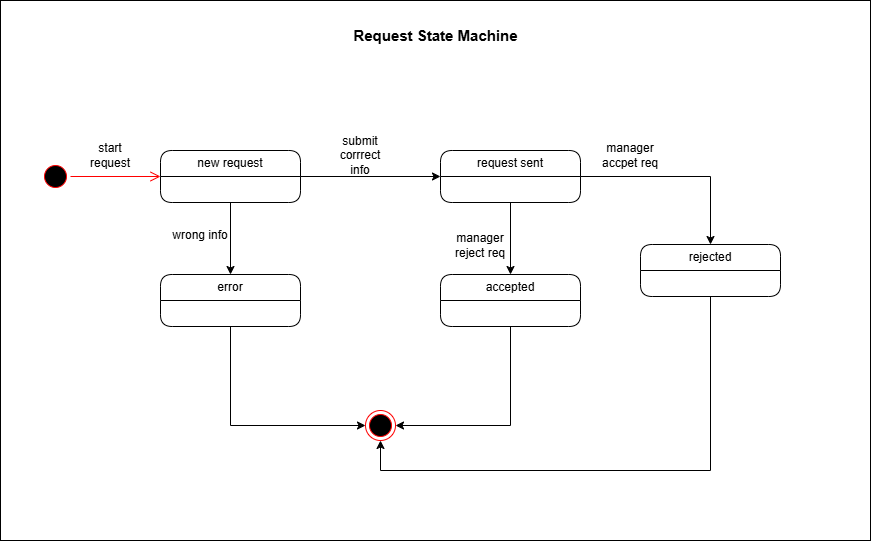
Above: task2/requestStateMachine.drawio.png in zieadkh/Mentorship (draw.io), before the change. Source tidied: cells renumbered, new cells last; positions are measured from the earlier drawing's top-left corner, leaving out a move shared by most shapes. The source it was exported from:
```xml
<mxGraphModel>
  <root>
    <mxCell id="0" />
    <mxCell id="1" parent="0" />
    <mxCell id="2" style="rounded=0;whiteSpace=wrap;html=1;" parent="1" vertex="1">
      <mxGeometry width="870" height="540" as="geometry" />
    </mxCell>
    <mxCell id="3" style="edgeStyle=orthogonalEdgeStyle;rounded=0;jettySize=auto;html=1;exitX=0.5;exitY=1;exitDx=0;exitDy=0;" parent="1" edge="1" source="4" target="17">
      <mxGeometry relative="1" as="geometry">
        <Array as="points">
          <mxPoint x="710" y="470" />
          <mxPoint x="380" y="470" />
        </Array>
      </mxGeometry>
    </mxCell>
    <mxCell id="4" value="rejected" style="swimlane;fontStyle=0;horizontal=1;startSize=26;fillColor=none;whiteSpace=wrap;html=1;rounded=1;" parent="1" vertex="1">
      <mxGeometry x="640" y="244" width="140" height="52" as="geometry" />
    </mxCell>
    <mxCell id="5" style="edgeStyle=orthogonalEdgeStyle;rounded=0;jettySize=auto;html=1;exitX=0.5;exitY=1;exitDx=0;exitDy=0;entryX=0.5;entryY=0;entryDx=0;entryDy=0;" parent="1" edge="1" source="7" target="12">
      <mxGeometry relative="1" as="geometry" />
    </mxCell>
    <mxCell id="6" style="edgeStyle=orthogonalEdgeStyle;rounded=0;jettySize=auto;html=1;exitX=1;exitY=0.5;exitDx=0;exitDy=0;" parent="1" edge="1" source="7" target="4">
      <mxGeometry relative="1" as="geometry" />
    </mxCell>
    <mxCell id="7" value="request sent" style="swimlane;fontStyle=0;horizontal=1;startSize=26;fillColor=none;whiteSpace=wrap;html=1;rounded=1;" parent="1" vertex="1">
      <mxGeometry x="440" y="150" width="140" height="52" as="geometry" />
    </mxCell>
    <mxCell id="8" style="edgeStyle=orthogonalEdgeStyle;rounded=0;jettySize=auto;html=1;exitX=1;exitY=0.5;exitDx=0;exitDy=0;entryX=0;entryY=0.5;entryDx=0;entryDy=0;" parent="1" edge="1" source="10" target="7">
      <mxGeometry relative="1" as="geometry" />
    </mxCell>
    <mxCell id="9" style="edgeStyle=orthogonalEdgeStyle;rounded=0;jettySize=auto;html=1;exitX=0.5;exitY=1;exitDx=0;exitDy=0;entryX=0.5;entryY=0;entryDx=0;entryDy=0;" parent="1" edge="1" source="10" target="14">
      <mxGeometry relative="1" as="geometry" />
    </mxCell>
    <mxCell id="10" value="new request" style="swimlane;fontStyle=0;horizontal=1;startSize=26;fillColor=none;whiteSpace=wrap;html=1;rounded=1;" parent="1" vertex="1">
      <mxGeometry x="160" y="150" width="140" height="52" as="geometry" />
    </mxCell>
    <mxCell id="11" style="edgeStyle=orthogonalEdgeStyle;rounded=0;jettySize=auto;html=1;exitX=0.5;exitY=1;exitDx=0;exitDy=0;entryX=1;entryY=0.5;entryDx=0;entryDy=0;" parent="1" edge="1" source="12" target="17">
      <mxGeometry relative="1" as="geometry" />
    </mxCell>
    <mxCell id="12" value="accepted" style="swimlane;fontStyle=0;horizontal=1;startSize=26;fillColor=none;whiteSpace=wrap;html=1;rounded=1;" parent="1" vertex="1">
      <mxGeometry x="440" y="274" width="140" height="52" as="geometry" />
    </mxCell>
    <mxCell id="13" style="edgeStyle=orthogonalEdgeStyle;rounded=0;jettySize=auto;html=1;exitX=0.5;exitY=1;exitDx=0;exitDy=0;entryX=0;entryY=0.5;entryDx=0;entryDy=0;" parent="1" edge="1" source="14" target="17">
      <mxGeometry relative="1" as="geometry" />
    </mxCell>
    <mxCell id="14" value="error" style="swimlane;fontStyle=0;horizontal=1;startSize=26;fillColor=none;whiteSpace=wrap;html=1;rounded=1;" parent="1" vertex="1">
      <mxGeometry x="160" y="274" width="140" height="52" as="geometry" />
    </mxCell>
    <mxCell id="15" style="ellipse;html=1;shape=startState;fillColor=#000000;strokeColor=#ff0000;" parent="1" vertex="1">
      <mxGeometry x="40" y="161" width="30" height="30" as="geometry" />
    </mxCell>
    <mxCell id="16" style="edgeStyle=orthogonalEdgeStyle;html=1;verticalAlign=bottom;endArrow=open;endSize=8;strokeColor=#ff0000;rounded=0;entryX=0;entryY=0.5;entryDx=0;entryDy=0;" parent="1" edge="1" source="15" target="10">
      <mxGeometry relative="1" as="geometry" />
    </mxCell>
    <mxCell id="17" style="ellipse;html=1;shape=endState;fillColor=#000000;strokeColor=#ff0000;" parent="1" vertex="1">
      <mxGeometry x="365" y="410" width="30" height="30" as="geometry" />
    </mxCell>
    <mxCell id="18" value="wrong info" style="text;html=1;whiteSpace=wrap;strokeColor=none;fillColor=none;align=center;verticalAlign=middle;rounded=0;" parent="1" vertex="1">
      <mxGeometry x="170" y="220" width="60" height="30" as="geometry" />
    </mxCell>
    <mxCell id="19" value="manager accpet req" style="text;html=1;whiteSpace=wrap;strokeColor=none;fillColor=none;align=center;verticalAlign=middle;rounded=0;" parent="1" vertex="1">
      <mxGeometry x="600" y="140" width="60" height="30" as="geometry" />
    </mxCell>
    <mxCell id="20" value="submit corrrect info" style="text;html=1;whiteSpace=wrap;strokeColor=none;fillColor=none;align=center;verticalAlign=middle;rounded=0;" parent="1" vertex="1">
      <mxGeometry x="330" y="140" width="60" height="30" as="geometry" />
    </mxCell>
    <mxCell id="21" value="start request" style="text;html=1;whiteSpace=wrap;strokeColor=none;fillColor=none;align=center;verticalAlign=middle;rounded=0;" parent="1" vertex="1">
      <mxGeometry x="80" y="140" width="60" height="30" as="geometry" />
    </mxCell>
    <mxCell id="22" value="manager reject req" style="text;html=1;whiteSpace=wrap;strokeColor=none;fillColor=none;align=center;verticalAlign=middle;rounded=0;" parent="1" vertex="1">
      <mxGeometry x="450" y="230" width="60" height="30" as="geometry" />
    </mxCell>
    <mxCell id="23" value="&lt;b&gt;&lt;font style=&quot;font-size: 15px;&quot;&gt;Request State Machine&lt;/font&gt;&lt;/b&gt;" style="text;html=1;whiteSpace=wrap;strokeColor=none;fillColor=none;align=center;verticalAlign=middle;rounded=0;" parent="1" vertex="1">
      <mxGeometry x="327.5" y="20" width="215" height="30" as="geometry" />
    </mxCell>
  </root>
</mxGraphModel>
```
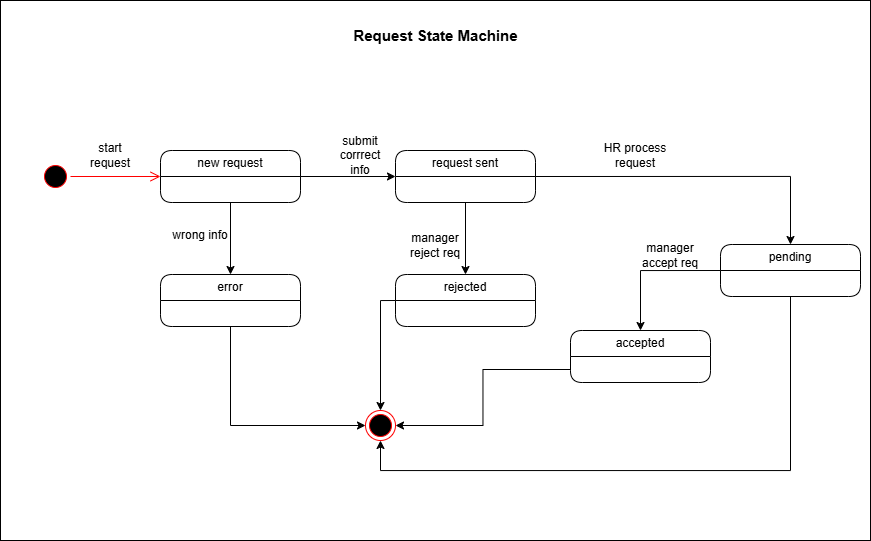
The same diagram one commit later.

The edit, as a diff of the source:
```diff
@@ -8,13 +8,16 @@
     <mxCell id="3" style="edgeStyle=orthogonalEdgeStyle;rounded=0;jettySize=auto;html=1;exitX=0.5;exitY=1;exitDx=0;exitDy=0;" parent="1" edge="1" source="4" target="17">
       <mxGeometry relative="1" as="geometry">
         <Array as="points">
-          <mxPoint x="710" y="470" />
+          <mxPoint x="790" y="470" />
           <mxPoint x="380" y="470" />
         </Array>
       </mxGeometry>
     </mxCell>
+    <mxCell id="24" style="edgeStyle=orthogonalEdgeStyle;rounded=0;jettySize=auto;html=1;exitX=0;exitY=0.5;exitDx=0;exitDy=0;" parent="1" edge="1" source="4" target="26">
+      <mxGeometry relative="1" as="geometry" />
+    </mxCell>
-    <mxCell id="4" value="rejected" style="swimlane;fontStyle=0;horizontal=1;startSize=26;fillColor=none;whiteSpace=wrap;html=1;rounded=1;" parent="1" vertex="1">
-      <mxGeometry x="640" y="244" width="140" height="52" as="geometry" />
+    <mxCell id="4" value="pending" style="swimlane;fontStyle=0;horizontal=1;startSize=26;fillColor=none;whiteSpace=wrap;html=1;rounded=1;" parent="1" vertex="1">
+      <mxGeometry x="720" y="244" width="140" height="52" as="geometry" />
     </mxCell>
     <mxCell id="5" style="edgeStyle=orthogonalEdgeStyle;rounded=0;jettySize=auto;html=1;exitX=0.5;exitY=1;exitDx=0;exitDy=0;entryX=0.5;entryY=0;entryDx=0;entryDy=0;" parent="1" edge="1" source="7" target="12">
       <mxGeometry relative="1" as="geometry" />
@@ -23,7 +26,7 @@
       <mxGeometry relative="1" as="geometry" />
     </mxCell>
     <mxCell id="7" value="request sent" style="swimlane;fontStyle=0;horizontal=1;startSize=26;fillColor=none;whiteSpace=wrap;html=1;rounded=1;" parent="1" vertex="1">
-      <mxGeometry x="440" y="150" width="140" height="52" as="geometry" />
+      <mxGeometry x="395" y="150" width="140" height="52" as="geometry" />
     </mxCell>
     <mxCell id="8" style="edgeStyle=orthogonalEdgeStyle;rounded=0;jettySize=auto;html=1;exitX=1;exitY=0.5;exitDx=0;exitDy=0;entryX=0;entryY=0.5;entryDx=0;entryDy=0;" parent="1" edge="1" source="10" target="7">
       <mxGeometry relative="1" as="geometry" />
@@ -34,11 +37,15 @@
     <mxCell id="10" value="new request" style="swimlane;fontStyle=0;horizontal=1;startSize=26;fillColor=none;whiteSpace=wrap;html=1;rounded=1;" parent="1" vertex="1">
       <mxGeometry x="160" y="150" width="140" height="52" as="geometry" />
     </mxCell>
-    <mxCell id="11" style="edgeStyle=orthogonalEdgeStyle;rounded=0;jettySize=auto;html=1;exitX=0.5;exitY=1;exitDx=0;exitDy=0;entryX=1;entryY=0.5;entryDx=0;entryDy=0;" parent="1" edge="1" source="12" target="17">
-      <mxGeometry relative="1" as="geometry" />
+    <mxCell id="11" style="edgeStyle=orthogonalEdgeStyle;rounded=0;jettySize=auto;html=1;exitX=0;exitY=0.5;exitDx=0;exitDy=0;entryX=0.5;entryY=0;entryDx=0;entryDy=0;" parent="1" edge="1" source="12" target="17">
+      <mxGeometry relative="1" as="geometry">
+        <Array as="points">
+          <mxPoint x="380" y="300" />
+        </Array>
+      </mxGeometry>
     </mxCell>
-    <mxCell id="12" value="accepted" style="swimlane;fontStyle=0;horizontal=1;startSize=26;fillColor=none;whiteSpace=wrap;html=1;rounded=1;" parent="1" vertex="1">
-      <mxGeometry x="440" y="274" width="140" height="52" as="geometry" />
+    <mxCell id="12" value="rejected" style="swimlane;fontStyle=0;horizontal=1;startSize=26;fillColor=none;whiteSpace=wrap;html=1;rounded=1;" parent="1" vertex="1">
+      <mxGeometry x="395" y="274" width="140" height="52" as="geometry" />
     </mxCell>
     <mxCell id="13" style="edgeStyle=orthogonalEdgeStyle;rounded=0;jettySize=auto;html=1;exitX=0.5;exitY=1;exitDx=0;exitDy=0;entryX=0;entryY=0.5;entryDx=0;entryDy=0;" parent="1" edge="1" source="14" target="17">
       <mxGeometry relative="1" as="geometry" />
@@ -58,8 +65,8 @@
     <mxCell id="18" value="wrong info" style="text;html=1;whiteSpace=wrap;strokeColor=none;fillColor=none;align=center;verticalAlign=middle;rounded=0;" parent="1" vertex="1">
       <mxGeometry x="170" y="220" width="60" height="30" as="geometry" />
     </mxCell>
-    <mxCell id="19" value="manager accpet req" style="text;html=1;whiteSpace=wrap;strokeColor=none;fillColor=none;align=center;verticalAlign=middle;rounded=0;" parent="1" vertex="1">
-      <mxGeometry x="600" y="140" width="60" height="30" as="geometry" />
+    <mxCell id="19" value="HR process request" style="text;html=1;whiteSpace=wrap;strokeColor=none;fillColor=none;align=center;verticalAlign=middle;rounded=0;" parent="1" vertex="1">
+      <mxGeometry x="600" y="140" width="70" height="30" as="geometry" />
     </mxCell>
     <mxCell id="20" value="submit corrrect info" style="text;html=1;whiteSpace=wrap;strokeColor=none;fillColor=none;align=center;verticalAlign=middle;rounded=0;" parent="1" vertex="1">
       <mxGeometry x="330" y="140" width="60" height="30" as="geometry" />
@@ -68,10 +75,19 @@
       <mxGeometry x="80" y="140" width="60" height="30" as="geometry" />
     </mxCell>
     <mxCell id="22" value="manager reject req" style="text;html=1;whiteSpace=wrap;strokeColor=none;fillColor=none;align=center;verticalAlign=middle;rounded=0;" parent="1" vertex="1">
-      <mxGeometry x="450" y="230" width="60" height="30" as="geometry" />
+      <mxGeometry x="405" y="230" width="60" height="30" as="geometry" />
     </mxCell>
     <mxCell id="23" value="&lt;b&gt;&lt;font style=&quot;font-size: 15px;&quot;&gt;Request State Machine&lt;/font&gt;&lt;/b&gt;" style="text;html=1;whiteSpace=wrap;strokeColor=none;fillColor=none;align=center;verticalAlign=middle;rounded=0;" parent="1" vertex="1">
       <mxGeometry x="327.5" y="20" width="215" height="30" as="geometry" />
     </mxCell>
+    <mxCell id="25" style="edgeStyle=orthogonalEdgeStyle;rounded=0;jettySize=auto;html=1;exitX=0;exitY=0.75;exitDx=0;exitDy=0;entryX=1;entryY=0.5;entryDx=0;entryDy=0;" parent="1" edge="1" source="26" target="17">
+      <mxGeometry relative="1" as="geometry" />
+    </mxCell>
+    <mxCell id="26" value="accepted" style="swimlane;fontStyle=0;horizontal=1;startSize=26;fillColor=none;whiteSpace=wrap;html=1;rounded=1;" parent="1" vertex="1">
+      <mxGeometry x="570" y="330" width="140" height="52" as="geometry" />
+    </mxCell>
+    <mxCell id="27" value="manager accept req" style="text;html=1;whiteSpace=wrap;strokeColor=none;fillColor=none;align=center;verticalAlign=middle;rounded=0;" parent="1" vertex="1">
+      <mxGeometry x="640" y="240" width="60" height="30" as="geometry" />
+    </mxCell>
   </root>
 </mxGraphModel>
```
